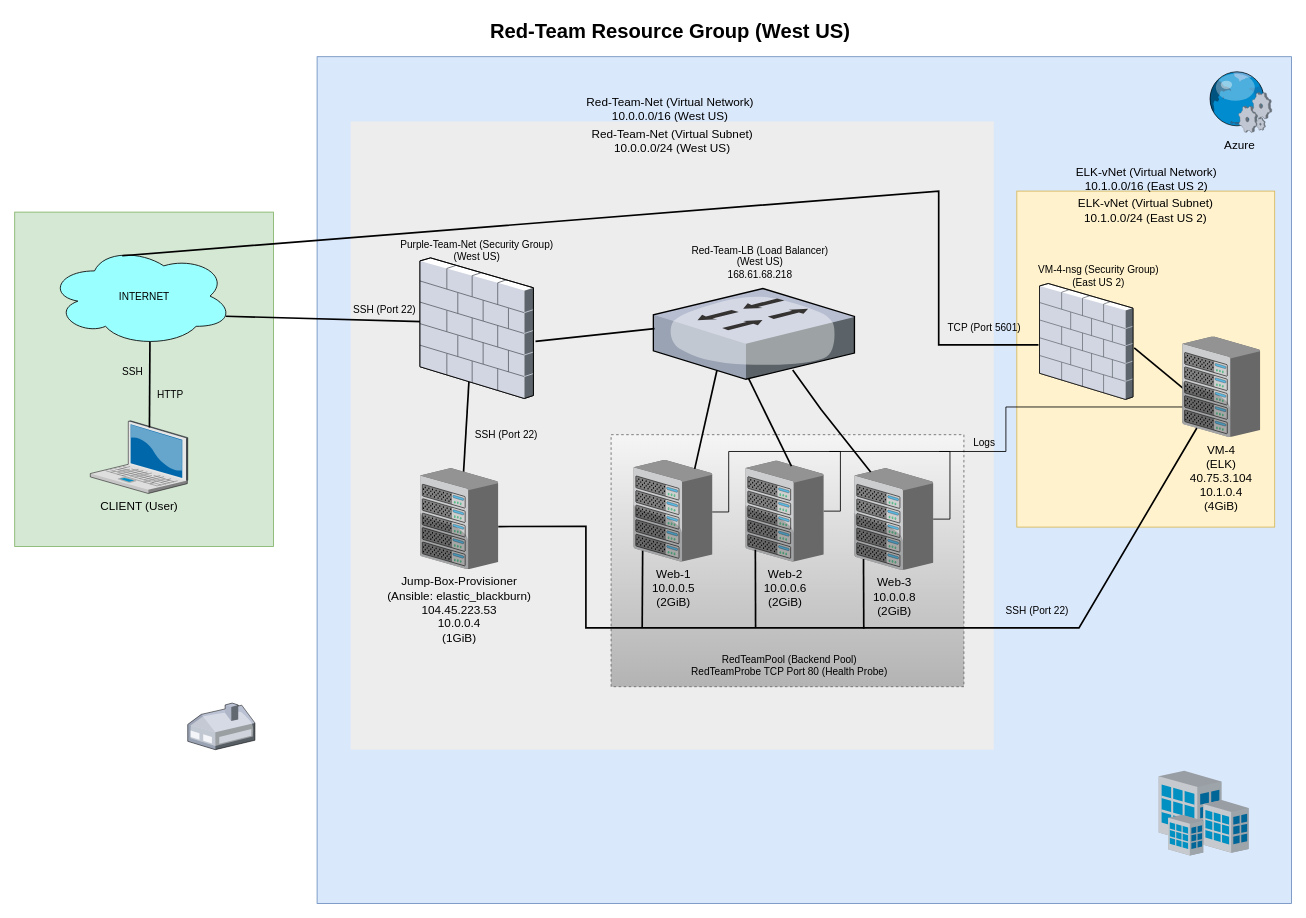
This is Network-Azure.drawio from AstraincBuild/Exuberant-Triumph, a draw.io file, before an edit. Source tidied: cells renumbered, new cells numbered last; positions are measured from the earlier drawing's top-left corner, leaving out a move shared by most shapes. Both pictures are drawn from the tidied source at 84%, with x=0, y=0 at pixel (14, 14).
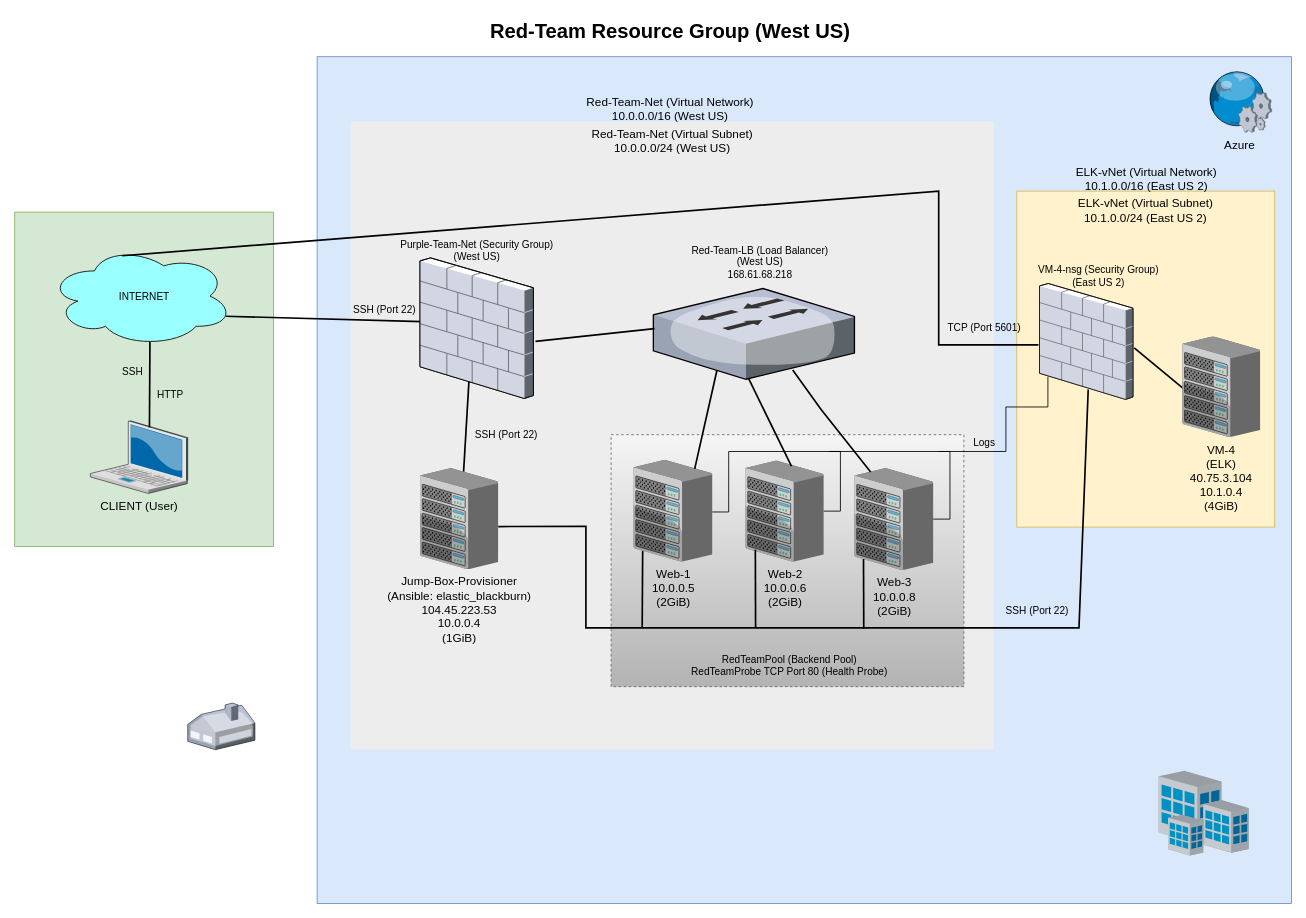
Above is the later version.

Unchanged cells that the change refers to:
```xml
<mxCell id="20" style="verticalLabelPosition=bottom;html=1;verticalAlign=top;strokeColor=none;shape=mxgraph.citrix.firewall;fillColor=#66B2FF;gradientColor=#0066CC;fontSize=14;" parent="1" vertex="1">
  <mxGeometry x="1220" y="320" width="111.3" height="138" as="geometry" />
</mxCell>
<mxCell id="22" value="Jump-Box-Provisioner&lt;br&gt;(Ansible: elastic_blackburn)&lt;br&gt;104.45.223.53&lt;br&gt;10.0.0.4&lt;br&gt;(1GiB)" style="verticalLabelPosition=bottom;html=1;verticalAlign=top;strokeColor=none;shape=mxgraph.citrix.chassis;fillColor=#66B2FF;gradientColor=#0066CC;fontSize=14;" parent="1" vertex="1">
  <mxGeometry x="482.5" y="540" width="93" height="120" as="geometry" />
</mxCell>
<mxCell id="30" value="Web-1&lt;br&gt;10.0.0.5&lt;br&gt;(2GiB)" style="verticalLabelPosition=bottom;html=1;verticalAlign=top;strokeColor=none;shape=mxgraph.citrix.chassis;fillColor=#66B2FF;gradientColor=#0066CC;fontSize=14;" parent="1" vertex="1">
  <mxGeometry x="736.7" y="530" width="93.7" height="121" as="geometry" />
</mxCell>
<mxCell id="40" value="VM-4&lt;br&gt;(ELK)&lt;br&gt;40.75.3.104&lt;br&gt;10.1.0.4&lt;br&gt;(4GiB)" style="verticalLabelPosition=bottom;html=1;verticalAlign=top;strokeColor=none;shape=mxgraph.citrix.chassis;fillColor=#66B2FF;gradientColor=#0066CC;fontSize=14;" parent="1" vertex="1">
  <mxGeometry x="1390" y="383.2" width="92.6" height="119.5" as="geometry" />
</mxCell>
```

Change to the diagram source:
```diff
@@
-    <mxCell id="33" style="edgeStyle=orthogonalEdgeStyle;rounded=0;jettySize=auto;html=1;startArrow=none;startFill=0;startSize=6;endArrow=none;endFill=0;endSize=6;strokeColor=#000000;entryX=0.071;entryY=0.879;entryDx=0;entryDy=0;entryPerimeter=0;" parent="1" edge="1" source="30" target="40">
+    <mxCell id="33" style="edgeStyle=orthogonalEdgeStyle;rounded=0;jettySize=auto;html=1;startArrow=none;startFill=0;startSize=6;endArrow=none;endFill=0;endSize=6;strokeColor=#000000;entryX=0.09;entryY=0.804;entryDx=0;entryDy=0;entryPerimeter=0;" parent="1" edge="1" source="30" target="20">
       <mxGeometry relative="1" as="geometry">
         <Array as="points">
           <mxPoint x="850" y="592" />
           <mxPoint x="850" y="520" />
           <mxPoint x="1180" y="520" />
           <mxPoint x="1180" y="467" />
-          <mxPoint x="1397" y="467" />
+          <mxPoint x="1230" y="467" />
         </Array>
       </mxGeometry>
     </mxCell>
@@
-    <mxCell id="42" style="edgeStyle=none;rounded=0;html=1;startSize=10;endSize=10;jettySize=auto;fontSize=14;endArrow=none;endFill=0;strokeWidth=2;exitX=1.002;exitY=0.578;exitDx=0;exitDy=0;exitPerimeter=0;entryX=0.187;entryY=0.911;entryDx=0;entryDy=0;entryPerimeter=0;" parent="1" edge="1" source="22" target="40">
+    <mxCell id="42" style="edgeStyle=none;rounded=0;html=1;startSize=10;endSize=10;jettySize=auto;fontSize=14;endArrow=none;endFill=0;strokeWidth=2;exitX=1.002;exitY=0.578;exitDx=0;exitDy=0;exitPerimeter=0;entryX=0.521;entryY=0.914;entryDx=0;entryDy=0;entryPerimeter=0;" parent="1" edge="1" source="22" target="20">
       <mxGeometry relative="1" as="geometry">
         <Array as="points">
           <mxPoint x="680" y="609" />
           <mxPoint x="680" y="730" />
           <mxPoint x="970" y="730" />
           <mxPoint x="1267" y="730" />
         </Array>
       </mxGeometry>
     </mxCell>
```
